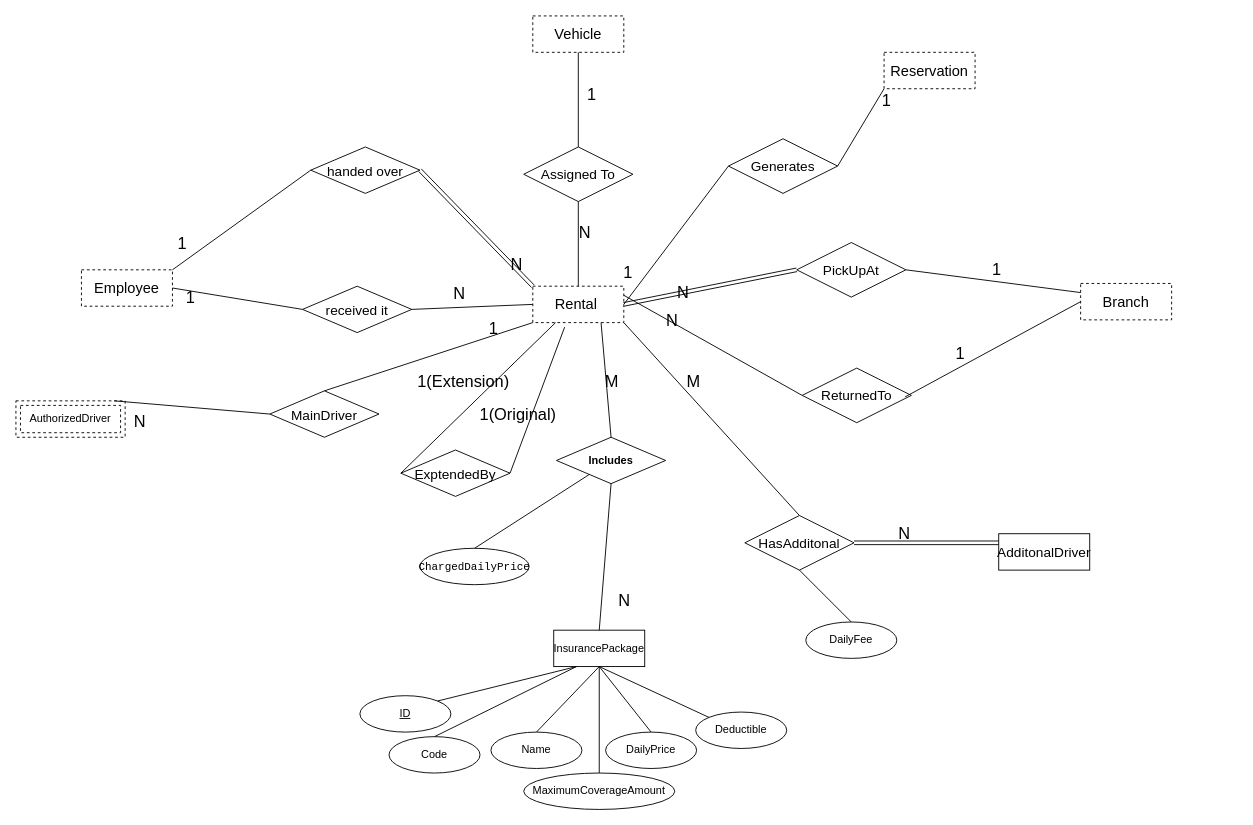
Before: page "1-ERD-5-Rentals" (5 of 14) of DriveNow.drawio in ahmed7wael/ahmed7wael-Database-Assignment-1, a draw.io diagram. Source tidied: cells renumbered, new cells numbered last; positions are measured from the earlier drawing's top-left corner, leaving out a move shared by most shapes. Both pictures are drawn from the tidied source at 91%, with x=0, y=0 at pixel (15, 15).
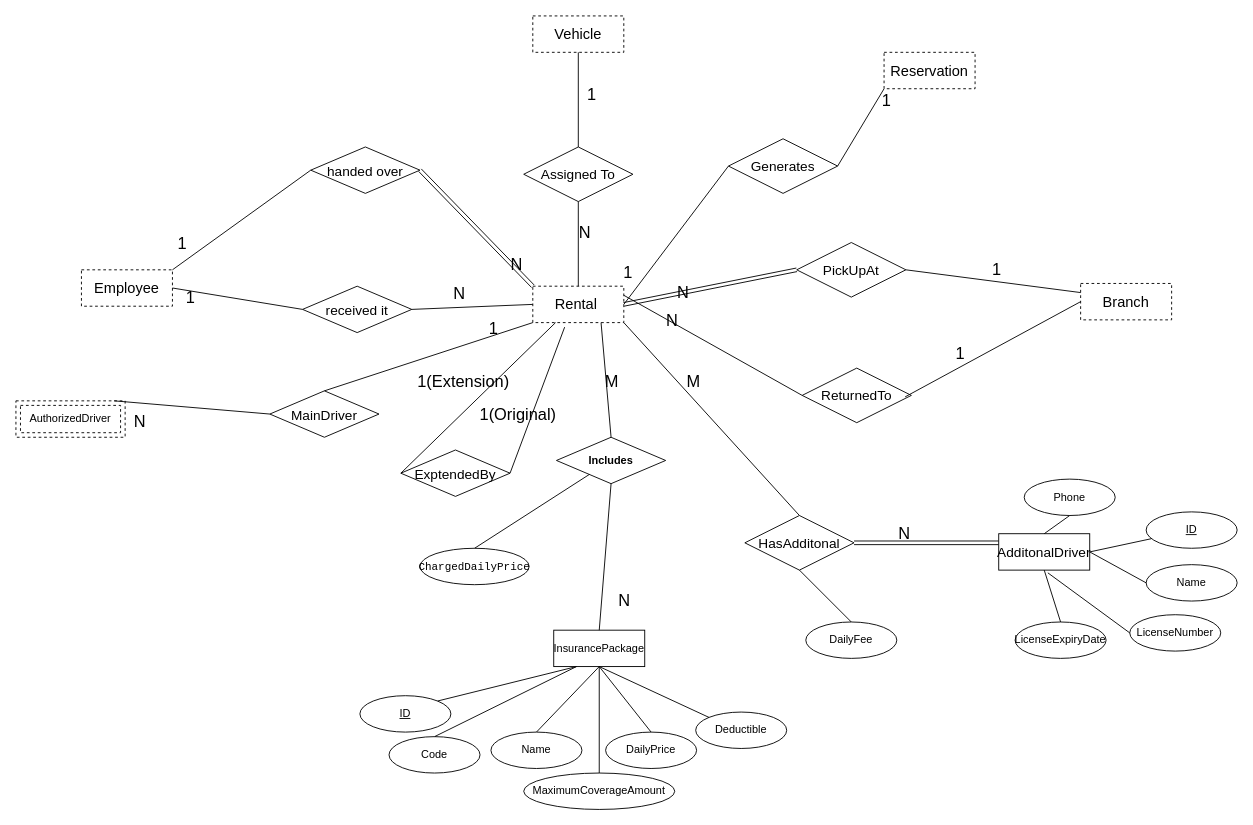
The same page after the edit.

Unchanged cells that the change refers to:
```xml
<mxCell id="56" value="&lt;span style=&quot;font-size: 15px;&quot;&gt;AdditonalDriver&lt;/span&gt;" style="whiteSpace=wrap;html=1;align=center;" parent="1" vertex="1">
  <mxGeometry x="1080" y="569" width="100" height="40" as="geometry" />
</mxCell>
```

The edit, as a diff of the source:
```diff
@@
+    <mxCell id="77" value="ID" style="ellipse;whiteSpace=wrap;html=1;align=center;fontStyle=4;fontColor=light-dark(#000000,#FF3333);" parent="1" vertex="1">
+      <mxGeometry x="1242" y="545" width="100" height="40" as="geometry" />
+    </mxCell>
+    <mxCell id="78" style="endArrow=none;html=1;rounded=0;defaultLabelBackgroundColor=page;labelPadding=0 4;entryX=1;entryY=0.5;entryDx=0;entryDy=0;" parent="1" edge="1" source="77" target="56">
+      <mxGeometry relative="1" as="geometry" />
+    </mxCell>
+    <mxCell id="79" value="Name" style="ellipse;whiteSpace=wrap;html=1;align=center;fontColor=light-dark(#000000,#FF3333);" parent="1" vertex="1">
+      <mxGeometry x="1242" y="603" width="100" height="40" as="geometry" />
+    </mxCell>
+    <mxCell id="80" style="endArrow=none;html=1;rounded=0;defaultLabelBackgroundColor=page;labelPadding=0 4;entryX=1;entryY=0.5;entryDx=0;entryDy=0;exitX=0;exitY=0.5;exitDx=0;exitDy=0;" parent="1" edge="1" source="79" target="56">
+      <mxGeometry relative="1" as="geometry" />
+    </mxCell>
+    <mxCell id="81" value="LicenseNumber" style="ellipse;whiteSpace=wrap;html=1;align=center;fontColor=light-dark(#000000,#FF3333);" parent="1" vertex="1">
+      <mxGeometry x="1224" y="658" width="100" height="40" as="geometry" />
+    </mxCell>
+    <mxCell id="82" value="Phone" style="ellipse;whiteSpace=wrap;html=1;align=center;fontColor=light-dark(#000000,#FF3333);" parent="1" vertex="1">
+      <mxGeometry x="1108" y="509" width="100" height="40" as="geometry" />
+    </mxCell>
+    <mxCell id="83" value="LicenseExpiryDate" style="ellipse;whiteSpace=wrap;html=1;align=center;fontColor=light-dark(#000000,#FF3333);" parent="1" vertex="1">
+      <mxGeometry x="1098" y="666" width="100" height="40" as="geometry" />
+    </mxCell>
+    <mxCell id="84" style="endArrow=none;html=1;rounded=0;defaultLabelBackgroundColor=page;labelPadding=0 4;exitX=0;exitY=0.5;exitDx=0;exitDy=0;" parent="1" edge="1" source="81">
+      <mxGeometry relative="1" as="geometry">
+        <mxPoint x="1134" y="612" as="targetPoint" />
+      </mxGeometry>
+    </mxCell>
+    <mxCell id="85" style="endArrow=none;html=1;rounded=0;defaultLabelBackgroundColor=page;labelPadding=0 4;exitX=0.5;exitY=0;exitDx=0;exitDy=0;entryX=0.5;entryY=1;entryDx=0;entryDy=0;" parent="1" edge="1" source="83" target="56">
+      <mxGeometry relative="1" as="geometry" />
+    </mxCell>
+    <mxCell id="86" style="endArrow=none;html=1;rounded=0;defaultLabelBackgroundColor=page;labelPadding=0 4;entryX=0.5;entryY=0;entryDx=0;entryDy=0;exitX=0.5;exitY=1;exitDx=0;exitDy=0;" parent="1" edge="1" source="82" target="56">
+      <mxGeometry relative="1" as="geometry" />
+    </mxCell>
```
